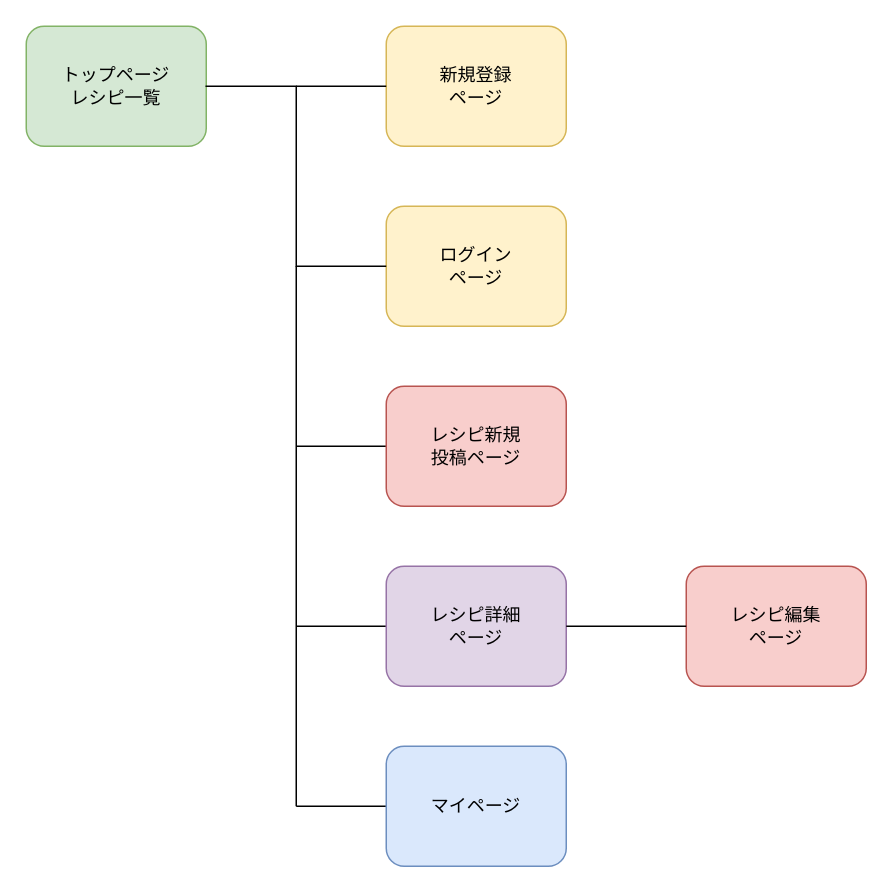
This is display.dio from sugita-daiki/child-recipe, a draw.io file, before an edit. Source tidied: cells renumbered, new cells numbered last; positions are measured from the earlier drawing's top-left corner, leaving out a move shared by most shapes. Both pictures are drawn from the tidied source at 150%, with x=0, y=0 at pixel (26, 26).
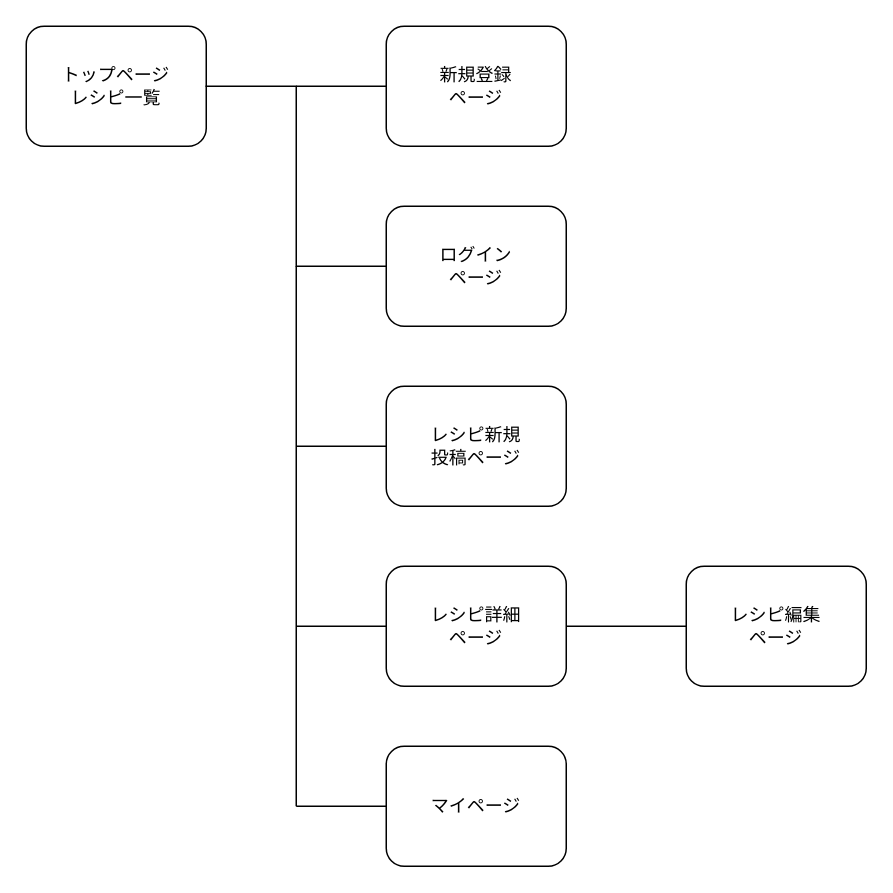
The same page after the edit.

Diff of the diagram source:
```diff
@@
 <mxGraphModel>
   <root>
     <mxCell id="0" />
     <mxCell id="1" parent="0" />
-    <mxCell id="2" value="トップページ&#10;レシピ一覧" style="rounded=1;whiteSpace=wrap;html=1;fillColor=#d5e8d4;strokeColor=#82b366;" parent="1" vertex="1">
+    <mxCell id="2" value="トップページ&#10;レシピ一覧" style="rounded=1;whiteSpace=wrap;html=1;" parent="1" vertex="1">
       <mxGeometry width="120" height="80" as="geometry" />
     </mxCell>
-    <mxCell id="3" value="新規登録&#10;ページ" style="rounded=1;whiteSpace=wrap;html=1;fillColor=#fff2cc;strokeColor=#d6b656;" parent="1" vertex="1">
+    <mxCell id="3" value="新規登録&#10;ページ" style="rounded=1;whiteSpace=wrap;html=1;" parent="1" vertex="1">
       <mxGeometry x="240" width="120" height="80" as="geometry" />
     </mxCell>
-    <mxCell id="4" value="ログイン&#10;ページ" style="rounded=1;whiteSpace=wrap;html=1;fillColor=#fff2cc;strokeColor=#d6b656;" parent="1" vertex="1">
+    <mxCell id="4" value="ログイン&#10;ページ" style="rounded=1;whiteSpace=wrap;html=1;" parent="1" vertex="1">
       <mxGeometry x="240" y="120" width="120" height="80" as="geometry" />
     </mxCell>
     <mxCell id="5" style="edgeStyle=none;html=1;exitX=0;exitY=0.5;exitDx=0;exitDy=0;endArrow=none;endFill=0;" parent="1" edge="1" source="6">
       <mxGeometry relative="1" as="geometry">
         <mxPoint x="180" y="400" as="targetPoint" />
       </mxGeometry>
     </mxCell>
-    <mxCell id="6" value="レシピ詳細&#10;ページ" style="rounded=1;whiteSpace=wrap;html=1;fillColor=#e1d5e7;strokeColor=#9673a6;" parent="1" vertex="1">
+    <mxCell id="6" value="レシピ詳細&#10;ページ" style="rounded=1;whiteSpace=wrap;html=1;" parent="1" vertex="1">
       <mxGeometry x="240" y="360" width="120" height="80" as="geometry" />
     </mxCell>
     <mxCell id="7" style="edgeStyle=none;html=1;exitX=0;exitY=0.5;exitDx=0;exitDy=0;endArrow=none;endFill=0;" parent="1" edge="1" source="8">
       <mxGeometry relative="1" as="geometry">
         <mxPoint x="180" y="280" as="targetPoint" />
       </mxGeometry>
     </mxCell>
-    <mxCell id="8" value="レシピ新規&#10;投稿ページ" style="rounded=1;whiteSpace=wrap;html=1;fillColor=#f8cecc;strokeColor=#b85450;" parent="1" vertex="1">
+    <mxCell id="8" value="レシピ新規&#10;投稿ページ" style="rounded=1;whiteSpace=wrap;html=1;" parent="1" vertex="1">
       <mxGeometry x="240" y="240" width="120" height="80" as="geometry" />
     </mxCell>
-    <mxCell id="9" value="レシピ編集&#10;ページ" style="rounded=1;whiteSpace=wrap;html=1;fillColor=#f8cecc;strokeColor=#b85450;" parent="1" vertex="1">
+    <mxCell id="9" value="レシピ編集&#10;ページ" style="rounded=1;whiteSpace=wrap;html=1;" parent="1" vertex="1">
       <mxGeometry x="440" y="360" width="120" height="80" as="geometry" />
     </mxCell>
     <mxCell id="10" style="endArrow=none;html=1;rounded=0;endFill=0;" parent="1" edge="1" source="6" target="9">
       <mxGeometry relative="1" as="geometry" />
     </mxCell>
     <mxCell id="11" style="edgeStyle=none;html=1;exitX=0;exitY=0.5;exitDx=0;exitDy=0;endArrow=none;endFill=0;" parent="1" edge="1" source="12">
       <mxGeometry relative="1" as="geometry">
         <mxPoint x="180" y="520" as="targetPoint" />
       </mxGeometry>
     </mxCell>
-    <mxCell id="12" value="マイページ" style="rounded=1;whiteSpace=wrap;html=1;fillColor=#dae8fc;strokeColor=#6c8ebf;" parent="1" vertex="1">
+    <mxCell id="12" value="マイページ" style="rounded=1;whiteSpace=wrap;html=1;" parent="1" vertex="1">
       <mxGeometry x="240" y="480" width="120" height="80" as="geometry" />
     </mxCell>
     <mxCell id="13" style="edgeStyle=none;html=1;exitX=0;exitY=0;exitDx=0;exitDy=0;entryX=0;entryY=0.5;entryDx=0;entryDy=0;endArrow=none;endFill=0;" parent="1" edge="1" source="16" target="3">
       <mxGeometry relative="1" as="geometry" />
     </mxCell>
     <mxCell id="14" style="edgeStyle=none;html=1;exitX=1;exitY=0;exitDx=0;exitDy=0;endArrow=none;endFill=0;" parent="1" edge="1" source="16">
       <mxGeometry relative="1" as="geometry">
         <mxPoint x="180" y="520" as="targetPoint" />
       </mxGeometry>
     </mxCell>
     <mxCell id="15" style="edgeStyle=none;html=1;exitX=1;exitY=0;exitDx=0;exitDy=0;entryX=0;entryY=0.5;entryDx=0;entryDy=0;endArrow=none;endFill=0;" parent="1" edge="1" source="16" target="4">
       <mxGeometry relative="1" as="geometry" />
     </mxCell>
     <mxCell id="16" style="shape=partialRectangle;whiteSpace=wrap;html=1;bottom=0;right=0;fillColor=none;direction=south;" parent="1" vertex="1">
       <mxGeometry x="120" y="40" width="60" height="120" as="geometry" />
     </mxCell>
   </root>
 </mxGraphModel>
```
